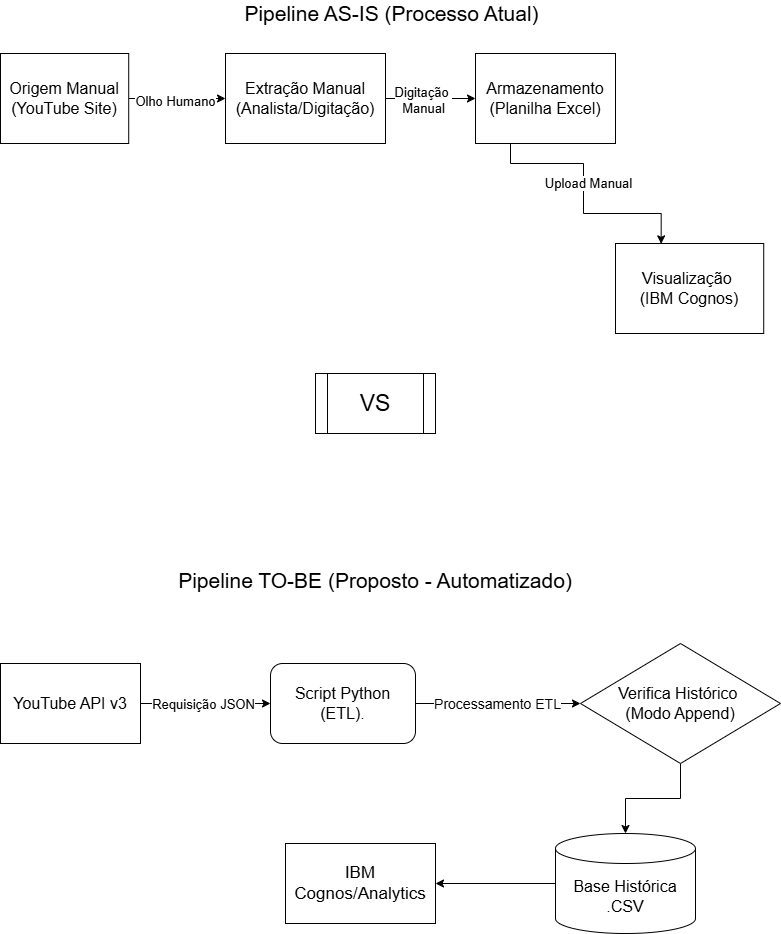
Before: assets/Pipeline_Youtube_Final.drawio.png, a diagram exported from draw.io (GideaoCorin/youtube-data-pipeline). Source tidied: cells renumbered, new cells last; positions are measured from the earlier drawing's top-left corner, leaving out a move shared by most shapes.
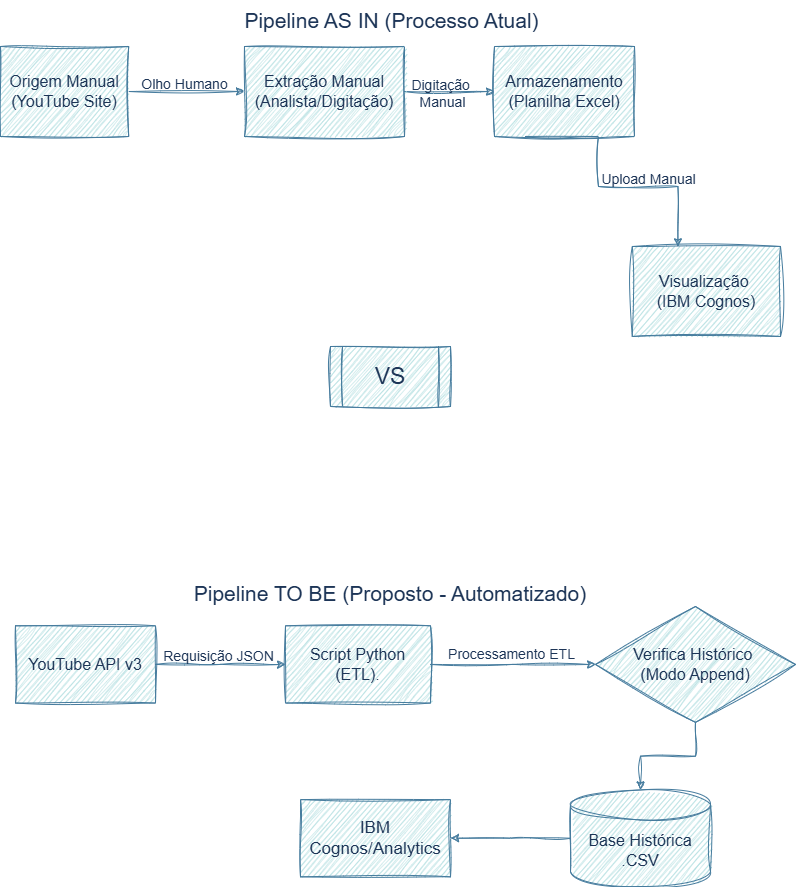
The same diagram one commit later.

Commit message:
Docs: Alteração do diagrama

Change to the diagram source:
```diff
@@ -2,78 +2,78 @@
   <root>
     <mxCell id="0" />
     <mxCell id="1" parent="0" />
-    <mxCell id="2" value="Pipeline AS-IS (Processo Atual)&lt;div&gt;&lt;br&gt;&lt;/div&gt;" style="group;fontSize=21;labelBackgroundColor=none;spacingLeft=1;align=center;labelPosition=center;verticalLabelPosition=top;verticalAlign=bottom;html=1;" parent="1" vertex="1">
-      <mxGeometry width="780" height="90" as="geometry" />
+    <mxCell id="2" value="&lt;span style=&quot;line-height: 190%;&quot;&gt;Pipeline AS IN (Processo Atual)&lt;/span&gt;" style="group;spacingLeft=1;align=center;labelPosition=center;verticalLabelPosition=top;verticalAlign=bottom;html=1;labelBackgroundColor=none;sketch=1;curveFitting=1;jiggle=2;rounded=0;fontColor=#1D3557;fontSize=21;spacingBottom=3;" parent="1" vertex="1">
+      <mxGeometry x="-15" y="20" width="780" height="90" as="geometry" />
     </mxCell>
-    <mxCell id="3" value="Origem Manual (YouTube Site)" style="rounded=0;whiteSpace=wrap;html=1;fontSize=16;" parent="2" vertex="1">
+    <mxCell id="3" value="Origem Manual (YouTube Site)" style="rounded=0;whiteSpace=wrap;html=1;fontSize=16;labelBackgroundColor=none;sketch=1;curveFitting=1;jiggle=2;fillColor=#A8DADC;strokeColor=#457B9D;fontColor=#1D3557;" parent="2" vertex="1">
       <mxGeometry width="128.2" height="90" as="geometry" />
     </mxCell>
-    <mxCell id="4" style="group;" parent="2" vertex="1">
-      <mxGeometry x="215" y="30" width="555.6" height="60" as="geometry" />
+    <mxCell id="4" style="group;labelBackgroundColor=none;sketch=1;curveFitting=1;jiggle=2;rounded=0;fontColor=#1D3557;" parent="2" vertex="1">
+      <mxGeometry x="234" y="30" width="555.6" height="60" as="geometry" />
     </mxCell>
-    <mxCell id="5" style="edgeStyle=orthogonalEdgeStyle;rounded=0;jettySize=auto;html=1;" parent="4" edge="1" source="7" target="8">
+    <mxCell id="5" style="edgeStyle=orthogonalEdgeStyle;rounded=0;jettySize=auto;html=1;labelBackgroundColor=none;fontColor=default;sketch=1;curveFitting=1;jiggle=2;strokeColor=#457B9D;" parent="4" edge="1" source="7" target="8">
       <mxGeometry relative="1" as="geometry" />
     </mxCell>
-    <mxCell id="6" value="Digitação&amp;nbsp;&lt;div&gt;Manual&lt;/div&gt;" style="edgeLabel;html=1;align=center;verticalAlign=middle;fontSize=13;" parent="5" vertex="1">
+    <mxCell id="6" value="Digitação&amp;nbsp;&lt;div&gt;Manual&lt;/div&gt;" style="edgeLabel;html=1;align=center;verticalAlign=middle;fontSize=14;labelBackgroundColor=none;sketch=1;curveFitting=1;jiggle=2;rounded=0;fontColor=#1D3557;" parent="5" vertex="1">
       <mxGeometry x="-0.18" y="-1" relative="1" as="geometry" />
     </mxCell>
-    <mxCell id="7" value="Extração Manual (Analista/Digitação)" style="rounded=0;whiteSpace=wrap;html=1;fontSize=16;" parent="4" vertex="1">
+    <mxCell id="7" value="Extração Manual (Analista/Digitação)" style="rounded=0;whiteSpace=wrap;html=1;fontSize=16;labelBackgroundColor=none;sketch=1;curveFitting=1;jiggle=2;fillColor=#A8DADC;strokeColor=#457B9D;fontColor=#1D3557;" parent="4" vertex="1">
       <mxGeometry x="10" y="-30" width="160" height="90" as="geometry" />
     </mxCell>
-    <mxCell id="8" value="Armazenamento (Planilha Excel)" style="rounded=0;whiteSpace=wrap;html=1;fontSize=16;" parent="4" vertex="1">
+    <mxCell id="8" value="Armazenamento (Planilha Excel)" style="rounded=0;whiteSpace=wrap;html=1;fontSize=16;labelBackgroundColor=none;sketch=1;curveFitting=1;jiggle=2;fillColor=#A8DADC;strokeColor=#457B9D;fontColor=#1D3557;" parent="4" vertex="1">
       <mxGeometry x="260" y="-30" width="140" height="90" as="geometry" />
     </mxCell>
-    <mxCell id="9" style="edgeStyle=orthogonalEdgeStyle;rounded=0;jettySize=auto;html=1;" parent="2" edge="1" source="3" target="7">
+    <mxCell id="9" style="edgeStyle=orthogonalEdgeStyle;rounded=0;jettySize=auto;html=1;labelBackgroundColor=none;fontColor=default;sketch=1;curveFitting=1;jiggle=2;strokeColor=#457B9D;" parent="2" edge="1" source="3" target="7">
       <mxGeometry relative="1" as="geometry" />
     </mxCell>
-    <mxCell id="10" value="Olho Humano" style="edgeLabel;html=1;align=center;verticalAlign=middle;fontSize=13;" parent="9" vertex="1">
+    <mxCell id="10" value="Olho Humano" style="edgeLabel;html=1;align=center;verticalAlign=middle;fontSize=14;labelBackgroundColor=none;sketch=1;curveFitting=1;jiggle=2;rounded=0;fontColor=#1D3557;spacingBottom=20;" parent="9" vertex="1">
       <mxGeometry x="-0.05" y="-2" relative="1" as="geometry" />
     </mxCell>
-    <mxCell id="11" value="&#10;Pipeline TO-BE (Proposto - Automatizado)&#10;&#10;" style="group;fontSize=21;labelPosition=center;verticalLabelPosition=top;align=center;verticalAlign=bottom;" parent="1" vertex="1">
-      <mxGeometry x="25" y="590" width="700" height="290" as="geometry" />
+    <mxCell id="11" value="Pipeline TO BE (Proposto - Automatizado)" style="group;fontSize=21;labelPosition=center;verticalLabelPosition=top;align=center;verticalAlign=bottom;labelBackgroundColor=none;sketch=1;curveFitting=1;jiggle=2;rounded=0;fontColor=#1D3557;spacingTop=3;" parent="1" vertex="1">
+      <mxGeometry x="25" y="580" width="700" height="280" as="geometry" />
     </mxCell>
-    <mxCell id="12" style="edgeStyle=orthogonalEdgeStyle;rounded=0;jettySize=auto;html=1;entryX=0;entryY=0.5;entryDx=0;entryDy=0;" parent="11" edge="1" source="14" target="17">
+    <mxCell id="12" style="edgeStyle=orthogonalEdgeStyle;rounded=0;jettySize=auto;html=1;entryX=0;entryY=0.5;entryDx=0;entryDy=0;labelBackgroundColor=none;fontColor=default;sketch=1;curveFitting=1;jiggle=2;strokeColor=#457B9D;" parent="11" edge="1" source="14" target="17">
       <mxGeometry relative="1" as="geometry" />
     </mxCell>
-    <mxCell id="13" value="Requisição JSON" style="edgeLabel;html=1;align=center;verticalAlign=middle;fontSize=13;" parent="12" vertex="1">
+    <mxCell id="13" value="Requisição JSON" style="edgeLabel;html=1;align=center;verticalAlign=middle;fontSize=14;labelBackgroundColor=none;sketch=1;curveFitting=1;jiggle=2;rounded=0;fontColor=#1D3557;spacingTop=-16;" parent="12" vertex="1">
       <mxGeometry x="-0.05" relative="1" as="geometry" />
     </mxCell>
-    <mxCell id="14" value="YouTube API v3" style="rounded=0;whiteSpace=wrap;html=1;fontSize=16;" parent="11" vertex="1">
-      <mxGeometry x="-25" y="20" width="140" height="80" as="geometry" />
+    <mxCell id="14" value="YouTube API v3" style="rounded=0;whiteSpace=wrap;html=1;fontSize=16;labelBackgroundColor=none;sketch=1;curveFitting=1;jiggle=2;fillColor=#A8DADC;strokeColor=#457B9D;fontColor=#1D3557;" parent="11" vertex="1">
+      <mxGeometry x="-25" y="19.3" width="140" height="77.2" as="geometry" />
     </mxCell>
-    <mxCell id="15" style="edgeStyle=orthogonalEdgeStyle;rounded=0;jettySize=auto;html=1;" parent="11" edge="1" source="17" target="19">
+    <mxCell id="15" style="edgeStyle=orthogonalEdgeStyle;rounded=0;jettySize=auto;html=1;labelBackgroundColor=none;fontColor=default;sketch=1;curveFitting=1;jiggle=2;strokeColor=#457B9D;" parent="11" edge="1" source="17" target="19">
       <mxGeometry relative="1" as="geometry" />
     </mxCell>
-    <mxCell id="16" value="Processamento ETL" style="edgeLabel;html=1;align=center;verticalAlign=middle;fontSize=14;" parent="15" vertex="1">
+    <mxCell id="16" value="Processamento ETL" style="edgeLabel;html=1;align=center;verticalAlign=middle;fontSize=14;labelBackgroundColor=none;sketch=1;curveFitting=1;jiggle=2;rounded=0;fontColor=#1D3557;spacingBottom=22;" parent="15" vertex="1">
       <mxGeometry x="0.12" relative="1" as="geometry">
         <mxPoint x="-12" as="offset" />
       </mxGeometry>
     </mxCell>
-    <mxCell id="17" value="Script Python (ETL)." style="rounded=1;whiteSpace=wrap;html=1;fontSize=16;" parent="11" vertex="1">
-      <mxGeometry x="245" y="20" width="145" height="80" as="geometry" />
+    <mxCell id="17" value="Script Python (ETL)." style="rounded=0;whiteSpace=wrap;html=1;fontSize=16;labelBackgroundColor=none;sketch=1;curveFitting=1;jiggle=2;fillColor=#A8DADC;strokeColor=#457B9D;fontColor=#1D3557;" parent="11" vertex="1">
+      <mxGeometry x="245" y="19.3" width="145" height="77.2" as="geometry" />
     </mxCell>
-    <mxCell id="18" style="edgeStyle=orthogonalEdgeStyle;rounded=0;jettySize=auto;html=1;" parent="11" edge="1" source="19" target="21">
+    <mxCell id="18" style="edgeStyle=orthogonalEdgeStyle;rounded=0;jettySize=auto;html=1;labelBackgroundColor=none;fontColor=default;sketch=1;curveFitting=1;jiggle=2;strokeColor=#457B9D;" parent="11" edge="1" source="19" target="21">
       <mxGeometry relative="1" as="geometry" />
     </mxCell>
-    <mxCell id="19" value="Verifica Histórico&amp;nbsp;&lt;div&gt;(Modo Append)&lt;/div&gt;" style="rhombus;whiteSpace=wrap;html=1;fontSize=16;" parent="11" vertex="1">
-      <mxGeometry x="555" width="200" height="120" as="geometry" />
+    <mxCell id="19" value="Verifica Histórico&amp;nbsp;&lt;div&gt;(Modo Append)&lt;/div&gt;" style="rhombus;whiteSpace=wrap;html=1;fontSize=16;labelBackgroundColor=none;sketch=1;curveFitting=1;jiggle=2;rounded=0;fillColor=#A8DADC;strokeColor=#457B9D;fontColor=#1D3557;" parent="11" vertex="1">
+      <mxGeometry x="555" width="200" height="115.9" as="geometry" />
     </mxCell>
-    <mxCell id="20" style="edgeStyle=orthogonalEdgeStyle;rounded=0;jettySize=auto;html=1;" parent="11" edge="1" source="21" target="22">
+    <mxCell id="20" style="edgeStyle=orthogonalEdgeStyle;rounded=0;jettySize=auto;html=1;labelBackgroundColor=none;fontColor=default;sketch=1;curveFitting=1;jiggle=2;strokeColor=#457B9D;" parent="11" edge="1" source="21" target="22">
       <mxGeometry relative="1" as="geometry" />
     </mxCell>
-    <mxCell id="21" value="&lt;font style=&quot;font-size: 16px;&quot;&gt;Base Histórica .CSV&lt;/font&gt;" style="shape=cylinder3;whiteSpace=wrap;html=1;boundedLbl=1;backgroundOutline=1;size=15;" parent="11" vertex="1">
-      <mxGeometry x="530" y="190" width="140" height="100" as="geometry" />
+    <mxCell id="21" value="&lt;font style=&quot;font-size: 16px;&quot;&gt;Base Histórica .CSV&lt;/font&gt;" style="shape=cylinder3;whiteSpace=wrap;html=1;boundedLbl=1;backgroundOutline=1;size=15;labelBackgroundColor=none;sketch=1;curveFitting=1;jiggle=2;rounded=0;fillColor=#A8DADC;strokeColor=#457B9D;fontColor=#1D3557;" parent="11" vertex="1">
+      <mxGeometry x="530" y="183.4" width="140" height="96.6" as="geometry" />
     </mxCell>
-    <mxCell id="22" value="IBM Cognos/Analytics" style="rounded=0;whiteSpace=wrap;html=1;fontSize=17;" parent="11" vertex="1">
-      <mxGeometry x="260" y="200" width="150" height="80" as="geometry" />
+    <mxCell id="22" value="IBM Cognos/Analytics" style="rounded=0;whiteSpace=wrap;html=1;fontSize=17;labelBackgroundColor=none;sketch=1;curveFitting=1;jiggle=2;fillColor=#A8DADC;strokeColor=#457B9D;fontColor=#1D3557;" parent="11" vertex="1">
+      <mxGeometry x="260" y="193.1" width="150" height="77.2" as="geometry" />
     </mxCell>
-    <mxCell id="23" value="&lt;font style=&quot;font-size: 23px;&quot;&gt;VS&lt;/font&gt;" style="shape=process;whiteSpace=wrap;html=1;backgroundOutline=1;" parent="1" vertex="1">
+    <mxCell id="23" value="&lt;font style=&quot;font-size: 23px;&quot;&gt;VS&lt;/font&gt;" style="shape=process;whiteSpace=wrap;html=1;backgroundOutline=1;labelBackgroundColor=none;sketch=1;curveFitting=1;jiggle=2;rounded=0;fillColor=#A8DADC;strokeColor=#457B9D;fontColor=#1D3557;" parent="1" vertex="1">
       <mxGeometry x="315" y="320" width="120" height="60" as="geometry" />
     </mxCell>
-    <mxCell id="24" value="Visualização&amp;nbsp;&lt;div&gt;(IBM Cognos)&lt;/div&gt;" style="rounded=0;whiteSpace=wrap;html=1;fontSize=16;" parent="1" vertex="1">
-      <mxGeometry x="615" y="190" width="148.2" height="90" as="geometry" />
+    <mxCell id="24" value="Visualização&amp;nbsp;&lt;div&gt;(IBM Cognos)&lt;/div&gt;" style="rounded=0;whiteSpace=wrap;html=1;fontSize=16;labelBackgroundColor=none;sketch=1;curveFitting=1;jiggle=2;fillColor=#A8DADC;strokeColor=#457B9D;fontColor=#1D3557;" parent="1" vertex="1">
+      <mxGeometry x="616.8" y="220" width="148.2" height="90" as="geometry" />
     </mxCell>
-    <mxCell id="25" style="edgeStyle=orthogonalEdgeStyle;rounded=0;jettySize=auto;html=1;exitX=0.25;exitY=1;exitDx=0;exitDy=0;entryX=0.308;entryY=0.004;entryDx=0;entryDy=0;entryPerimeter=0;" parent="1" edge="1" source="8" target="24">
+    <mxCell id="25" style="edgeStyle=orthogonalEdgeStyle;rounded=0;jettySize=auto;html=1;exitX=0.25;exitY=1;exitDx=0;exitDy=0;entryX=0.308;entryY=0.004;entryDx=0;entryDy=0;entryPerimeter=0;labelBackgroundColor=none;fontColor=default;sketch=1;curveFitting=1;jiggle=2;strokeColor=#457B9D;" parent="1" edge="1" source="8" target="24">
       <mxGeometry relative="1" as="geometry">
         <Array as="points">
           <mxPoint x="510" y="110" />
@@ -83,7 +83,7 @@
         </Array>
       </mxGeometry>
     </mxCell>
-    <mxCell id="26" value="Upload Manual" style="edgeLabel;html=1;align=center;verticalAlign=middle;fontSize=13;" parent="25" vertex="1">
+    <mxCell id="26" value="Upload Manual" style="edgeLabel;html=1;align=center;verticalAlign=middle;fontSize=14;labelBackgroundColor=none;sketch=1;curveFitting=1;jiggle=2;rounded=0;fontColor=#1D3557;spacingLeft=91;" parent="25" vertex="1">
       <mxGeometry x="-0.19" y="1" relative="1" as="geometry">
         <mxPoint x="3" y="12" as="offset" />
       </mxGeometry>
```
